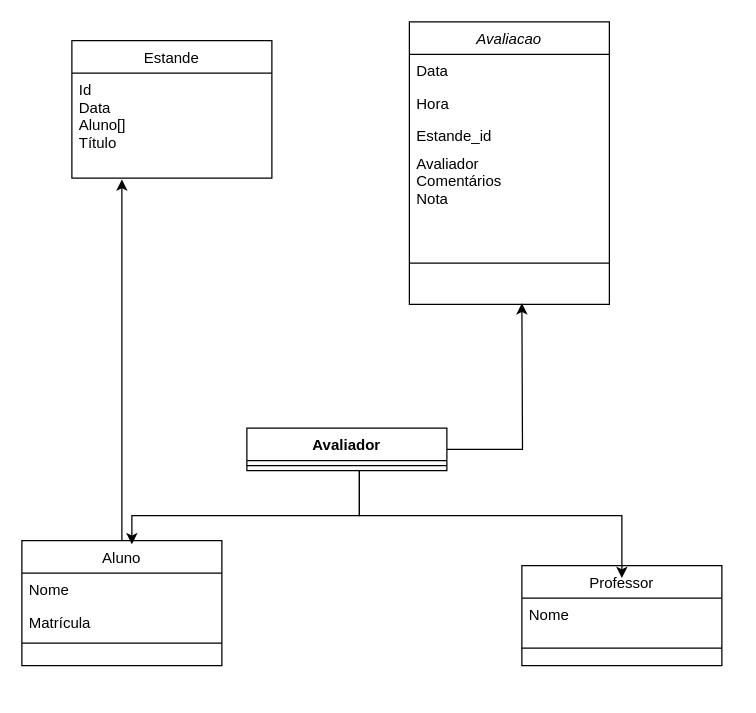
The draw.io diagram Diagrama sem nome.drawio in eognus/POO2_projetob1, before the edit. Source tidied: cells renumbered, new cells numbered last; positions are measured from the earlier drawing's top-left corner, leaving out a move shared by most shapes. Both pictures are drawn from the tidied source at 125%, with x=0, y=0 at pixel (21, 21).
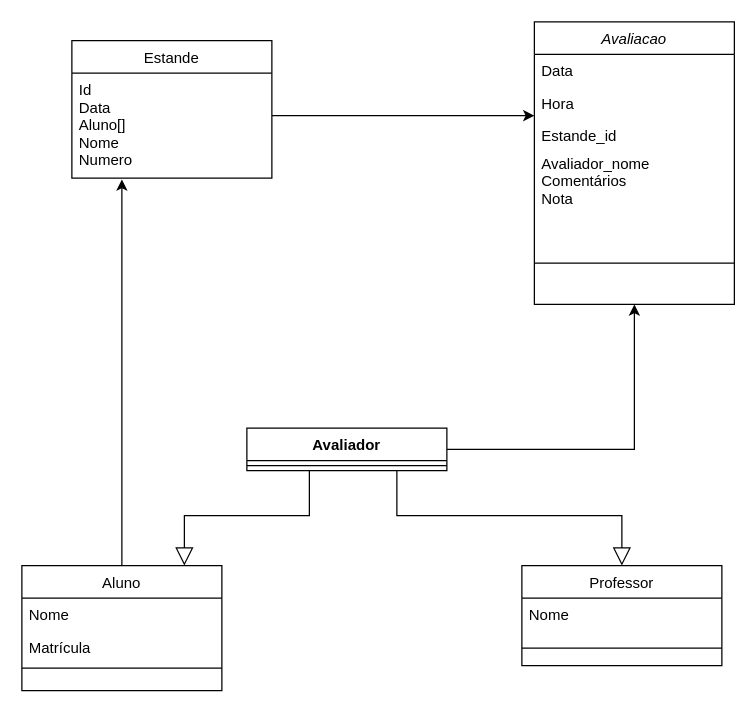
After the change.

The change refers to these unchanged cells:
```xml
<mxCell id="13" value="Professor" style="swimlane;fontStyle=0;align=center;verticalAlign=top;horizontal=1;startSize=26;rounded=0;shadow=0;strokeWidth=1;" parent="1" vertex="1">
  <mxGeometry x="400" y="435" width="160" height="80" as="geometry" />
</mxCell>
<mxCell id="16" value="Estande" style="swimlane;fontStyle=0;align=center;verticalAlign=top;horizontal=1;startSize=26;rounded=0;shadow=0;strokeWidth=1;" parent="1" vertex="1">
  <mxGeometry x="40" y="15" width="160" height="110" as="geometry" />
</mxCell>
<mxCell id="22" value="Avaliador" style="swimlane;fontStyle=1;align=center;verticalAlign=top;horizontal=1;startSize=26;whiteSpace=wrap;html=1;" parent="1" vertex="1">
  <mxGeometry x="180" y="325" width="160" height="34" as="geometry" />
</mxCell>
```

The edit, as a diff of the source:
```diff
@@
     <mxCell id="2" value="Avaliacao" style="swimlane;fontStyle=2;align=center;verticalAlign=top;horizontal=1;startSize=26;rounded=0;shadow=0;strokeWidth=1;" parent="1" vertex="1">
-      <mxGeometry x="310" width="160" height="226" as="geometry" />
+      <mxGeometry x="410" width="160" height="226" as="geometry" />
     </mxCell>
@@
-    <mxCell id="6" value="Avaliador&#10;Comentários&#10;Nota" style="text;align=left;verticalAlign=top;spacingLeft=4;spacingRight=4;overflow=hidden;rounded=0;shadow=0;html=0;" parent="2" vertex="1">
+    <mxCell id="6" value="Avaliador_nome&#10;Comentários&#10;Nota" style="text;align=left;verticalAlign=top;spacingLeft=4;spacingRight=4;overflow=hidden;rounded=0;shadow=0;html=0;" parent="2" vertex="1">
       <mxGeometry y="100" width="160" height="60" as="geometry" />
     </mxCell>
@@
     <mxCell id="9" value="Aluno" style="swimlane;fontStyle=0;align=center;verticalAlign=top;horizontal=1;startSize=26;rounded=0;shadow=0;strokeWidth=1;" parent="1" vertex="1">
-      <mxGeometry y="415" width="160" height="100" as="geometry" />
+      <mxGeometry y="435" width="160" height="100" as="geometry" />
     </mxCell>
@@
+    <mxCell id="24" style="edgeStyle=orthogonalEdgeStyle;rounded=0;jettySize=auto;html=1;" parent="1" edge="1" source="16" target="2">
+      <mxGeometry relative="1" as="geometry">
+        <Array as="points">
+          <mxPoint x="310" y="75" />
+          <mxPoint x="310" y="75" />
+        </Array>
+      </mxGeometry>
+    </mxCell>
@@
-    <mxCell id="17" value="Id&#10;Data&#10;Aluno[]&#10;Título&#10;" style="text;align=left;verticalAlign=top;spacingLeft=4;spacingRight=4;overflow=hidden;points=[[0,0.5],[1,0.5]];portConstraint=eastwest;" parent="16" vertex="1">
+    <mxCell id="17" value="Id&#10;Data&#10;Aluno[]&#10;Nome&#10;Numero" style="text;align=left;verticalAlign=top;spacingLeft=4;spacingRight=4;overflow=hidden;points=[[0,0.5],[1,0.5]];portConstraint=eastwest;" parent="16" vertex="1">
       <mxGeometry y="26" width="160" height="84" as="geometry" />
     </mxCell>
@@
-    <mxCell id="19" style="edgeStyle=orthogonalEdgeStyle;rounded=0;jettySize=auto;html=1;entryX=0.5;entryY=0.125;entryDx=0;entryDy=0;entryPerimeter=0;" parent="1" edge="1" source="22" target="13">
-      <mxGeometry relative="1" as="geometry">
-        <Array as="points">
-          <mxPoint x="270" y="395" />
-          <mxPoint x="480" y="395" />
-        </Array>
-      </mxGeometry>
-    </mxCell>
+    <mxCell id="25" style="edgeStyle=orthogonalEdgeStyle;rounded=0;jettySize=auto;html=1;" parent="1" edge="1" source="22" target="2">
+      <mxGeometry relative="1" as="geometry" />
+    </mxCell>
-    <mxCell id="20" style="edgeStyle=orthogonalEdgeStyle;rounded=0;jettySize=auto;html=1;entryX=0.55;entryY=0.03;entryDx=0;entryDy=0;entryPerimeter=0;" parent="1" edge="1" source="22" target="9">
+    <mxCell id="20" style="edgeStyle=orthogonalEdgeStyle;rounded=0;jettySize=auto;html=1;endArrow=block;endFill=0;endSize=12;startSize=12;" parent="1" edge="1" source="22" target="9">
       <mxGeometry relative="1" as="geometry">
         <Array as="points">
-          <mxPoint x="270" y="395" />
-          <mxPoint x="88" y="395" />
+          <mxPoint x="230" y="395" />
+          <mxPoint x="130" y="395" />
         </Array>
       </mxGeometry>
     </mxCell>
-    <mxCell id="21" style="edgeStyle=orthogonalEdgeStyle;rounded=0;jettySize=auto;html=1;" parent="1" edge="1" source="22">
-      <mxGeometry relative="1" as="geometry">
-        <mxPoint x="400" y="225" as="targetPoint" />
-      </mxGeometry>
-    </mxCell>
@@
+    <mxCell id="19" style="endArrow=block;html=1;endSize=12;startArrow=none;startSize=14;startFill=0;edgeStyle=orthogonalEdgeStyle;align=left;verticalAlign=bottom;rounded=0;endFill=0;" parent="1" edge="1" source="22" target="13">
+      <mxGeometry x="-1" y="11" relative="1" as="geometry">
+        <Array as="points">
+          <mxPoint x="300" y="395" />
+          <mxPoint x="480" y="395" />
+        </Array>
+        <mxPoint x="-1" y="-4" as="offset" />
+      </mxGeometry>
+    </mxCell>
```
